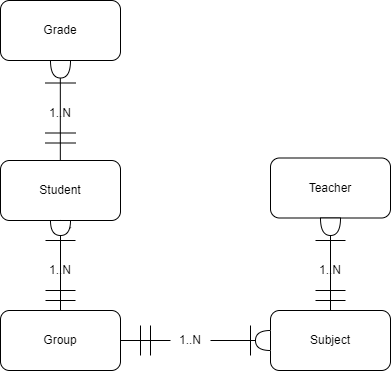
Aryukhin/database_ml_miet keeps this draw.io diagram as lab2/conceptual scheme of university.png. Above is the earlier version. Source tidied: cells renumbered, new cells last; positions are measured from the earlier drawing's top-left corner, leaving out a move shared by most shapes. The source it was exported from:
```xml
<mxGraphModel background="#ffffff">
  <root>
    <mxCell id="0" />
    <mxCell id="1" parent="0" />
    <mxCell id="2" value="Student" style="rounded=1;whiteSpace=wrap;html=1;" parent="1" vertex="1">
      <mxGeometry y="160" width="120" height="60" as="geometry" />
    </mxCell>
    <mxCell id="3" value="Group" style="rounded=1;whiteSpace=wrap;html=1;" parent="1" vertex="1">
      <mxGeometry y="310" width="120" height="60" as="geometry" />
    </mxCell>
    <mxCell id="4" value="Subject" style="rounded=1;whiteSpace=wrap;html=1;" parent="1" vertex="1">
      <mxGeometry x="270" y="310" width="120" height="60" as="geometry" />
    </mxCell>
    <mxCell id="5" value="Teacher" style="rounded=1;whiteSpace=wrap;html=1;" parent="1" vertex="1">
      <mxGeometry x="270" y="157.5" width="120" height="60" as="geometry" />
    </mxCell>
    <mxCell id="6" value="Grade" style="rounded=1;whiteSpace=wrap;html=1;" parent="1" vertex="1">
      <mxGeometry width="120" height="60" as="geometry" />
    </mxCell>
    <mxCell id="7" style="endArrow=none;html=1;rounded=0;entryX=0.5;entryY=1;entryDx=0;entryDy=0;exitX=0.5;exitY=0;exitDx=0;exitDy=0;" parent="1" edge="1" source="13" target="2">
      <mxGeometry relative="1" as="geometry" />
    </mxCell>
    <mxCell id="8" style="endArrow=none;html=1;rounded=0;" parent="1" edge="1">
      <mxGeometry relative="1" as="geometry">
        <mxPoint x="45" y="290" as="sourcePoint" />
        <mxPoint x="75" y="290" as="targetPoint" />
      </mxGeometry>
    </mxCell>
    <mxCell id="9" style="endArrow=none;html=1;rounded=0;" parent="1" edge="1">
      <mxGeometry relative="1" as="geometry">
        <mxPoint x="45" y="300" as="sourcePoint" />
        <mxPoint x="75" y="300" as="targetPoint" />
      </mxGeometry>
    </mxCell>
    <mxCell id="10" style="endArrow=none;html=1;rounded=0;" parent="1" edge="1">
      <mxGeometry relative="1" as="geometry">
        <mxPoint x="45" y="240" as="sourcePoint" />
        <mxPoint x="75" y="240" as="targetPoint" />
      </mxGeometry>
    </mxCell>
    <mxCell id="11" value="1..N" style="text;html=1;align=center;verticalAlign=middle;whiteSpace=wrap;rounded=0;" parent="1" vertex="1">
      <mxGeometry x="40" y="260" width="40" height="20" as="geometry" />
    </mxCell>
    <mxCell id="12" style="endArrow=none;html=1;rounded=0;entryX=0;entryY=0.5;entryDx=0;entryDy=0;exitX=0.5;exitY=0;exitDx=0;exitDy=0;entryPerimeter=0;" parent="1" edge="1" source="3" target="13">
      <mxGeometry relative="1" as="geometry" />
    </mxCell>
    <mxCell id="13" style="shape=or;whiteSpace=wrap;html=1;rotation=90;" parent="1" vertex="1">
      <mxGeometry x="52.5" y="217.5" width="15" height="20" as="geometry" />
    </mxCell>
    <mxCell id="14" style="endArrow=none;html=1;rounded=0;" parent="1" edge="1">
      <mxGeometry relative="1" as="geometry">
        <mxPoint x="45" y="132.5" as="sourcePoint" />
        <mxPoint x="75" y="132.5" as="targetPoint" />
      </mxGeometry>
    </mxCell>
    <mxCell id="15" style="endArrow=none;html=1;rounded=0;" parent="1" edge="1">
      <mxGeometry relative="1" as="geometry">
        <mxPoint x="45" y="142.5" as="sourcePoint" />
        <mxPoint x="75" y="142.5" as="targetPoint" />
      </mxGeometry>
    </mxCell>
    <mxCell id="16" style="endArrow=none;html=1;rounded=0;" parent="1" edge="1">
      <mxGeometry relative="1" as="geometry">
        <mxPoint x="45" y="82.5" as="sourcePoint" />
        <mxPoint x="75" y="82.5" as="targetPoint" />
      </mxGeometry>
    </mxCell>
    <mxCell id="17" value="1..N" style="text;html=1;align=center;verticalAlign=middle;whiteSpace=wrap;rounded=0;" parent="1" vertex="1">
      <mxGeometry x="40" y="102.5" width="40" height="20" as="geometry" />
    </mxCell>
    <mxCell id="18" style="endArrow=none;html=1;rounded=0;entryX=0;entryY=0.5;entryDx=0;entryDy=0;exitX=0.5;exitY=0;exitDx=0;exitDy=0;entryPerimeter=0;" parent="1" edge="1">
      <mxGeometry relative="1" as="geometry">
        <mxPoint x="59.8" y="160" as="sourcePoint" />
        <mxPoint x="59.8" y="70" as="targetPoint" />
      </mxGeometry>
    </mxCell>
    <mxCell id="19" style="shape=or;whiteSpace=wrap;html=1;rotation=90;" parent="1" vertex="1">
      <mxGeometry x="51.2" y="58.8" width="17.5" height="20" as="geometry" />
    </mxCell>
    <mxCell id="20" style="endArrow=none;html=1;rounded=0;" parent="1" edge="1">
      <mxGeometry relative="1" as="geometry">
        <mxPoint x="315" y="290" as="sourcePoint" />
        <mxPoint x="345" y="290" as="targetPoint" />
      </mxGeometry>
    </mxCell>
    <mxCell id="21" style="endArrow=none;html=1;rounded=0;" parent="1" edge="1">
      <mxGeometry relative="1" as="geometry">
        <mxPoint x="315" y="300" as="sourcePoint" />
        <mxPoint x="345" y="300" as="targetPoint" />
      </mxGeometry>
    </mxCell>
    <mxCell id="22" style="endArrow=none;html=1;rounded=0;" parent="1" edge="1">
      <mxGeometry relative="1" as="geometry">
        <mxPoint x="315" y="240" as="sourcePoint" />
        <mxPoint x="345" y="240" as="targetPoint" />
      </mxGeometry>
    </mxCell>
    <mxCell id="23" value="1..N" style="text;html=1;align=center;verticalAlign=middle;whiteSpace=wrap;rounded=0;" parent="1" vertex="1">
      <mxGeometry x="310" y="260" width="40" height="20" as="geometry" />
    </mxCell>
    <mxCell id="24" style="endArrow=none;html=1;rounded=0;exitX=1;exitY=0.5;exitDx=0;exitDy=0;entryX=0;entryY=0.5;entryDx=0;entryDy=0;entryPerimeter=0;exitPerimeter=0;" parent="1" edge="1" source="26">
      <mxGeometry relative="1" as="geometry">
        <mxPoint x="330" y="217.5" as="targetPoint" />
      </mxGeometry>
    </mxCell>
    <mxCell id="25" style="endArrow=none;html=1;rounded=0;exitX=0.5;exitY=0;exitDx=0;exitDy=0;entryX=0;entryY=0.5;entryDx=0;entryDy=0;entryPerimeter=0;" parent="1" edge="1" source="4" target="26">
      <mxGeometry relative="1" as="geometry" />
    </mxCell>
    <mxCell id="26" style="shape=or;whiteSpace=wrap;html=1;rotation=90;" parent="1" vertex="1">
      <mxGeometry x="321.2" y="216.2" width="17.5" height="20" as="geometry" />
    </mxCell>
    <mxCell id="27" style="endArrow=none;html=1;rounded=0;entryX=0;entryY=0.5;entryDx=0;entryDy=0;exitX=1;exitY=0.5;exitDx=0;exitDy=0;" parent="1" edge="1" source="31" target="4">
      <mxGeometry relative="1" as="geometry" />
    </mxCell>
    <mxCell id="28" style="endArrow=none;html=1;rounded=0;" parent="1" edge="1">
      <mxGeometry relative="1" as="geometry">
        <mxPoint x="150" y="325" as="sourcePoint" />
        <mxPoint x="150" y="355" as="targetPoint" />
      </mxGeometry>
    </mxCell>
    <mxCell id="29" style="endArrow=none;html=1;rounded=0;" parent="1" edge="1">
      <mxGeometry relative="1" as="geometry">
        <mxPoint x="140" y="325" as="sourcePoint" />
        <mxPoint x="140" y="355" as="targetPoint" />
      </mxGeometry>
    </mxCell>
    <mxCell id="30" style="endArrow=none;html=1;rounded=0;entryX=0;entryY=0.5;entryDx=0;entryDy=0;exitX=1;exitY=0.5;exitDx=0;exitDy=0;" parent="1" edge="1" source="34" target="31">
      <mxGeometry relative="1" as="geometry" />
    </mxCell>
    <mxCell id="31" style="shape=or;whiteSpace=wrap;html=1;rotation=-180;" parent="1" vertex="1">
      <mxGeometry x="255" y="330" width="15" height="20" as="geometry" />
    </mxCell>
    <mxCell id="32" style="endArrow=none;html=1;rounded=0;" parent="1" edge="1">
      <mxGeometry relative="1" as="geometry">
        <mxPoint x="250" y="325" as="sourcePoint" />
        <mxPoint x="250" y="355" as="targetPoint" />
      </mxGeometry>
    </mxCell>
    <mxCell id="33" style="endArrow=none;html=1;rounded=0;entryX=0;entryY=0.5;entryDx=0;entryDy=0;exitX=1;exitY=0.5;exitDx=0;exitDy=0;" parent="1" edge="1" source="3" target="34">
      <mxGeometry relative="1" as="geometry" />
    </mxCell>
    <mxCell id="34" value="1..N" style="text;html=1;align=center;verticalAlign=middle;whiteSpace=wrap;rounded=0;" parent="1" vertex="1">
      <mxGeometry x="170" y="330" width="40" height="20" as="geometry" />
    </mxCell>
  </root>
</mxGraphModel>
```
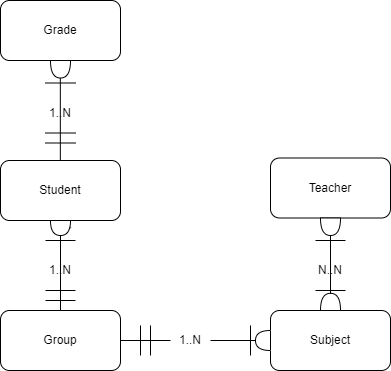
After the commit.

Commit message:
conceptual scheme of university

The edit, as a diff of the source:
```diff
@@ -83,19 +83,13 @@
         <mxPoint x="345" y="290" as="targetPoint" />
       </mxGeometry>
     </mxCell>
-    <mxCell id="21" style="endArrow=none;html=1;rounded=0;" parent="1" edge="1">
-      <mxGeometry relative="1" as="geometry">
-        <mxPoint x="315" y="300" as="sourcePoint" />
-        <mxPoint x="345" y="300" as="targetPoint" />
-      </mxGeometry>
-    </mxCell>
     <mxCell id="22" style="endArrow=none;html=1;rounded=0;" parent="1" edge="1">
       <mxGeometry relative="1" as="geometry">
         <mxPoint x="315" y="240" as="sourcePoint" />
         <mxPoint x="345" y="240" as="targetPoint" />
       </mxGeometry>
     </mxCell>
-    <mxCell id="23" value="1..N" style="text;html=1;align=center;verticalAlign=middle;whiteSpace=wrap;rounded=0;" parent="1" vertex="1">
+    <mxCell id="23" value="N..N" style="text;html=1;align=center;verticalAlign=middle;whiteSpace=wrap;rounded=0;" parent="1" vertex="1">
       <mxGeometry x="310" y="260" width="40" height="20" as="geometry" />
     </mxCell>
     <mxCell id="24" style="endArrow=none;html=1;rounded=0;exitX=1;exitY=0.5;exitDx=0;exitDy=0;entryX=0;entryY=0.5;entryDx=0;entryDy=0;entryPerimeter=0;exitPerimeter=0;" parent="1" edge="1" source="26">
@@ -103,7 +97,7 @@
         <mxPoint x="330" y="217.5" as="targetPoint" />
       </mxGeometry>
     </mxCell>
-    <mxCell id="25" style="endArrow=none;html=1;rounded=0;exitX=0.5;exitY=0;exitDx=0;exitDy=0;entryX=0;entryY=0.5;entryDx=0;entryDy=0;entryPerimeter=0;" parent="1" edge="1" source="4" target="26">
+    <mxCell id="25" style="endArrow=none;html=1;rounded=0;exitX=0;exitY=0.5;exitDx=0;exitDy=0;entryX=0;entryY=0.5;entryDx=0;entryDy=0;entryPerimeter=0;exitPerimeter=0;" parent="1" edge="1" source="36" target="26">
       <mxGeometry relative="1" as="geometry" />
     </mxCell>
     <mxCell id="26" style="shape=or;whiteSpace=wrap;html=1;rotation=90;" parent="1" vertex="1">
@@ -142,5 +136,11 @@
     <mxCell id="34" value="1..N" style="text;html=1;align=center;verticalAlign=middle;whiteSpace=wrap;rounded=0;" parent="1" vertex="1">
       <mxGeometry x="170" y="330" width="40" height="20" as="geometry" />
     </mxCell>
+    <mxCell id="35" style="endArrow=none;html=1;rounded=0;exitX=0.5;exitY=0;exitDx=0;exitDy=0;entryX=0;entryY=0.5;entryDx=0;entryDy=0;entryPerimeter=0;" parent="1" edge="1" source="4" target="36">
+      <mxGeometry relative="1" as="geometry" />
+    </mxCell>
+    <mxCell id="36" style="shape=or;whiteSpace=wrap;html=1;rotation=-90;" parent="1" vertex="1">
+      <mxGeometry x="321.4" y="291.4" width="17.2" height="20" as="geometry" />
+    </mxCell>
   </root>
 </mxGraphModel>
```
